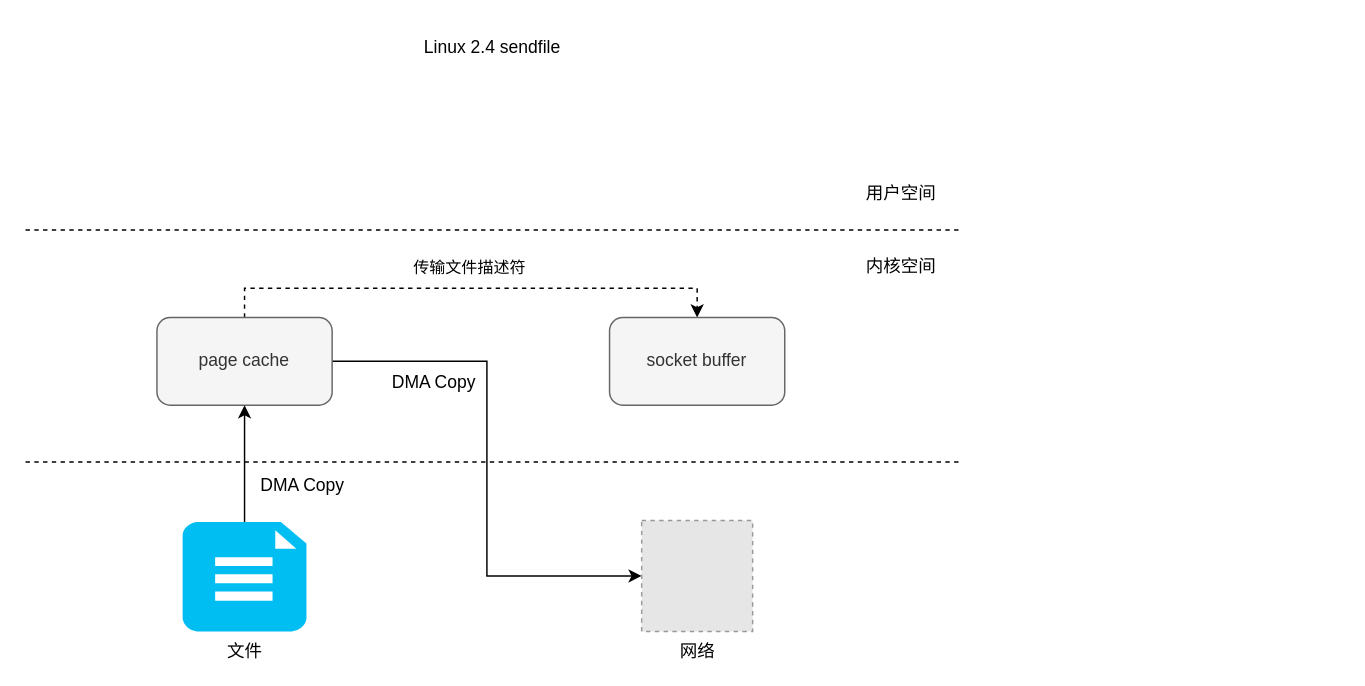
Earlier version of the draw.io diagram page "sendfile2.4" (5 of 7) of IO模型.drawio (ahern88/draw_io_repo). Source tidied: cells renumbered, new cells numbered last; positions are measured from the earlier drawing's top-left corner, leaving out a move shared by most shapes. Both pictures are drawn from the tidied source at 146%, with x=0, y=0 at pixel (25, 25). Pictures stored in the file or linked from it are replaced by grey dashed boxes.
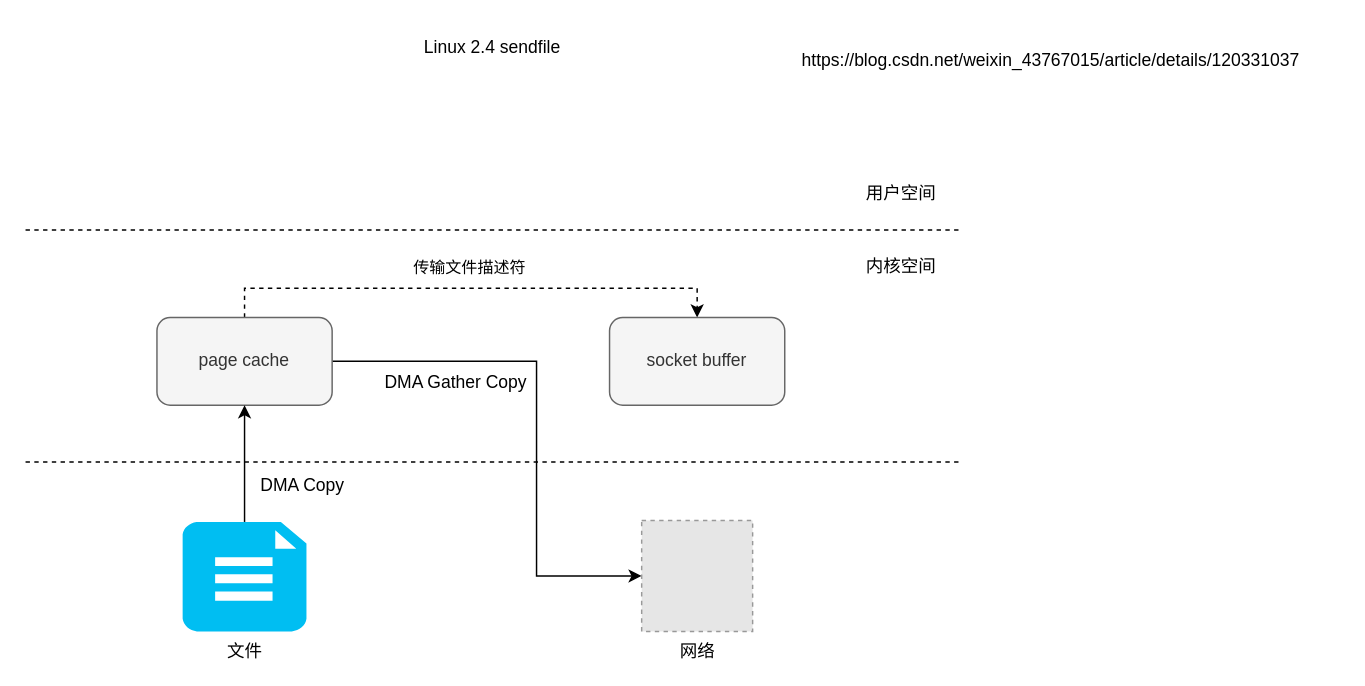
Above is the later version.

Unchanged cells that the change refers to:
```xml
<mxCell id="8" value="page cache" style="rounded=1;whiteSpace=wrap;html=1;fillColor=#f5f5f5;fontColor=#333333;strokeColor=#666666;" parent="1" vertex="1">
  <mxGeometry x="90" y="200" width="120" height="60" as="geometry" />
</mxCell>
<mxCell id="13" value="网络" style="fillColor=#E6E6E6;strokeColor=#999999;dashed=1;html=1;verticalAlign=top;verticalLabelPosition=bottom;labelBackgroundColor=#ffffff;" parent="1" vertex="1">
  <mxGeometry x="422" y="339" width="76" height="76" as="geometry" />
</mxCell>
```

Change to the diagram source:
```diff
@@
     <mxCell id="7" style="edgeStyle=orthogonalEdgeStyle;rounded=0;jettySize=auto;html=1;entryX=0;entryY=0.5;entryDx=0;entryDy=0;strokeColor=#000000;" parent="1" edge="1" source="8" target="13">
-      <mxGeometry relative="1" as="geometry" />
+      <mxGeometry relative="1" as="geometry">
+        <Array as="points">
+          <mxPoint x="350" y="230" />
+          <mxPoint x="350" y="377" />
+        </Array>
+      </mxGeometry>
     </mxCell>
@@
-    <mxCell id="16" value="DMA Copy" style="text;html=1;strokeColor=none;fillColor=none;align=center;verticalAlign=middle;whiteSpace=wrap;rounded=0;" parent="1" vertex="1">
-      <mxGeometry x="240" y="230" width="80" height="30" as="geometry" />
+    <mxCell id="16" value="DMA Gather Copy" style="text;html=1;strokeColor=none;fillColor=none;align=center;verticalAlign=middle;whiteSpace=wrap;rounded=0;" parent="1" vertex="1">
+      <mxGeometry x="240" y="230" width="110" height="30" as="geometry" />
     </mxCell>
+    <mxCell id="17" value="https://blog.csdn.net/weixin_43767015/article/details/120331037" style="text;whiteSpace=wrap;html=1;" parent="1" vertex="1">
+      <mxGeometry x="530" y="10" width="370" height="30" as="geometry" />
+    </mxCell>
```
